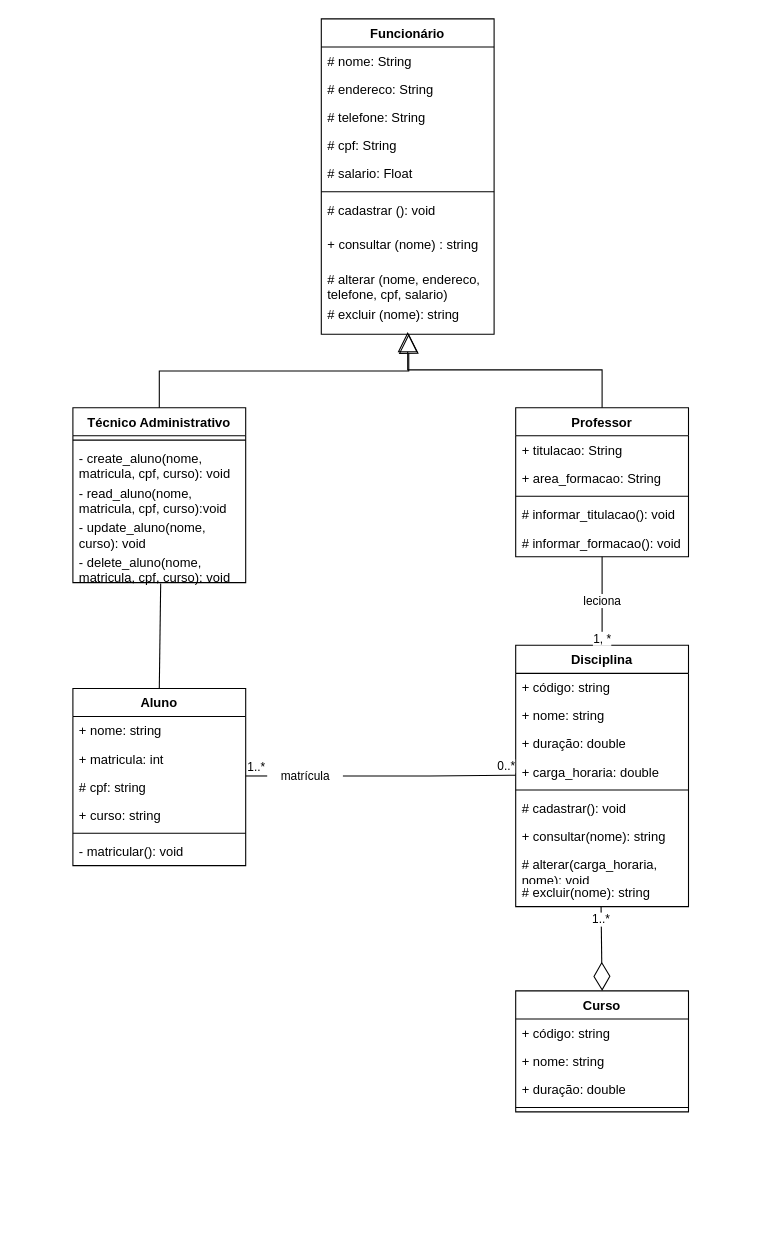
Earlier version of the draw.io diagram Modelagem de classes/EQ3-UML-Gestao_academica.drawio (Karolayne-silva/atv-sistemaDeGestaoAcademica). Source tidied: cells renumbered, new cells numbered last; positions are measured from the earlier drawing's top-left corner, leaving out a move shared by most shapes. Both pictures are drawn from the tidied source at 108%, with x=0, y=0 at pixel (72, 18).
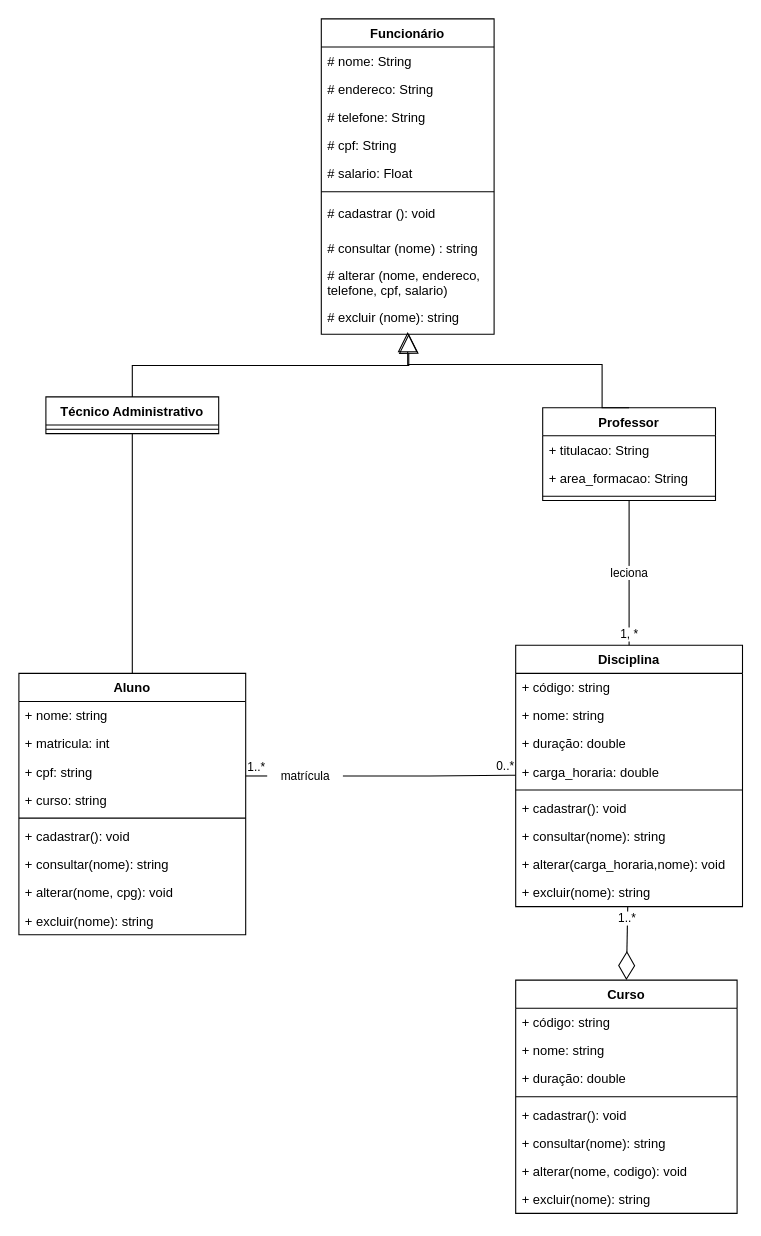
After the change.

Commit message (it also covers changes not shown here):
ajustando os acessos do diagrama

The change refers to these unchanged cells:
```xml
<mxCell id="2" value="Funcionário&#10;" style="swimlane;fontStyle=1;align=center;verticalAlign=top;horizontal=1;startSize=26;" parent="1" vertex="1">
  <mxGeometry x="230" width="160" height="292" as="geometry" />
</mxCell>
```

The edit, as a diff of the source:
```diff
@@
-    <mxCell id="9" value="# cadastrar (): void" style="text;strokeColor=none;fillColor=none;align=left;verticalAlign=top;spacingLeft=4;spacingRight=4;overflow=hidden;" parent="2" vertex="1">
+    <mxCell id="9" value="# cadastrar (): void" style="text;strokeColor=none;fillColor=none;align=left;verticalAlign=middle;spacingLeft=4;spacingRight=4;overflow=hidden;" parent="2" vertex="1">
       <mxGeometry y="164" width="160" height="32" as="geometry" />
     </mxCell>
-    <mxCell id="10" value="+ consultar (nome) : string" style="text;strokeColor=none;fillColor=none;align=left;verticalAlign=top;spacingLeft=4;spacingRight=4;overflow=hidden;" parent="2" vertex="1">
+    <mxCell id="10" value="# consultar (nome) : string" style="text;strokeColor=none;fillColor=none;align=left;verticalAlign=middle;spacingLeft=4;spacingRight=4;overflow=hidden;" parent="2" vertex="1">
       <mxGeometry y="196" width="160" height="32" as="geometry" />
     </mxCell>
-    <mxCell id="11" value="# alterar (nome, endereco, &#10;telefone, cpf, salario)" style="text;strokeColor=none;fillColor=none;align=left;verticalAlign=top;spacingLeft=4;spacingRight=4;overflow=hidden;" parent="2" vertex="1">
+    <mxCell id="11" value="# alterar (nome, endereco, &#10;telefone, cpf, salario)" style="text;strokeColor=none;fillColor=none;align=left;verticalAlign=middle;spacingLeft=4;spacingRight=4;overflow=hidden;" parent="2" vertex="1">
       <mxGeometry y="228" width="160" height="32" as="geometry" />
     </mxCell>
-    <mxCell id="12" value="# excluir (nome): string" style="text;strokeColor=none;fillColor=none;align=left;verticalAlign=top;spacingLeft=4;spacingRight=4;overflow=hidden;points=[[0,0.5],[1,0.5]];portConstraint=eastwest;" parent="2" vertex="1">
+    <mxCell id="12" value="# excluir (nome): string" style="text;strokeColor=none;fillColor=none;align=left;verticalAlign=middle;spacingLeft=4;spacingRight=4;overflow=hidden;points=[[0,0.5],[1,0.5]];portConstraint=eastwest;" parent="2" vertex="1">
       <mxGeometry y="260" width="160" height="32" as="geometry" />
     </mxCell>
     <mxCell id="13" value="Curso" style="swimlane;fontStyle=1;align=center;verticalAlign=top;horizontal=1;startSize=26;" parent="1" vertex="1">
-      <mxGeometry x="410" y="900" width="160" height="112" as="geometry" />
+      <mxGeometry x="410" y="890" width="205" height="216" as="geometry" />
     </mxCell>
     <mxCell id="14" value="+ código: string" style="text;strokeColor=none;fillColor=none;align=left;verticalAlign=top;spacingLeft=4;spacingRight=4;overflow=hidden;" parent="13" vertex="1">
-      <mxGeometry y="26" width="160" height="26" as="geometry" />
+      <mxGeometry y="26" width="205" height="26" as="geometry" />
     </mxCell>
     <mxCell id="15" value="+ nome: string" style="text;strokeColor=none;fillColor=none;align=left;verticalAlign=top;spacingLeft=4;spacingRight=4;overflow=hidden;" parent="13" vertex="1">
-      <mxGeometry y="52" width="160" height="26" as="geometry" />
+      <mxGeometry y="52" width="205" height="26" as="geometry" />
     </mxCell>
     <mxCell id="16" value="+ duração: double" style="text;strokeColor=none;fillColor=none;align=left;verticalAlign=top;spacingLeft=4;spacingRight=4;overflow=hidden;" parent="13" vertex="1">
-      <mxGeometry y="78" width="160" height="26" as="geometry" />
+      <mxGeometry y="78" width="205" height="26" as="geometry" />
     </mxCell>
     <mxCell id="17" style="line;strokeWidth=1;fillColor=none;align=left;verticalAlign=middle;spacingTop=-1;spacingLeft=3;spacingRight=3;labelPosition=right;strokeColor=inherit;" parent="13" vertex="1">
-      <mxGeometry y="104" width="160" height="8" as="geometry" />
+      <mxGeometry y="104" width="205" height="8" as="geometry" />
     </mxCell>
+    <mxCell id="24" value="+ cadastrar(): void" style="text;strokeColor=none;fillColor=none;align=left;verticalAlign=top;spacingLeft=4;spacingRight=4;overflow=hidden;" parent="13" vertex="1">
+      <mxGeometry y="112" width="205" height="26" as="geometry" />
+    </mxCell>
+    <mxCell id="59" value="+ consultar(nome): string" style="text;strokeColor=none;fillColor=none;align=left;verticalAlign=top;spacingLeft=4;spacingRight=4;overflow=hidden;" parent="13" vertex="1">
+      <mxGeometry y="138" width="205" height="26" as="geometry" />
+    </mxCell>
+    <mxCell id="60" value="+ alterar(nome, codigo): void" style="text;strokeColor=none;fillColor=none;align=left;verticalAlign=middle;spacingLeft=4;spacingRight=4;overflow=hidden;" parent="13" vertex="1">
+      <mxGeometry y="164" width="205" height="26" as="geometry" />
+    </mxCell>
+    <mxCell id="61" value="+ excluir(nome): string" style="text;strokeColor=none;fillColor=none;align=left;verticalAlign=top;spacingLeft=4;spacingRight=4;overflow=hidden;" parent="13" vertex="1">
+      <mxGeometry y="190" width="205" height="26" as="geometry" />
+    </mxCell>
     <mxCell id="18" value="Disciplina" style="swimlane;fontStyle=1;align=center;verticalAlign=top;horizontal=1;startSize=26;" parent="1" vertex="1">
-      <mxGeometry x="410" y="580" width="160" height="242" as="geometry" />
+      <mxGeometry x="410" y="580" width="210" height="242" as="geometry" />
     </mxCell>
     <mxCell id="19" value="+ código: string" style="text;strokeColor=none;fillColor=none;align=left;verticalAlign=top;spacingLeft=4;spacingRight=4;overflow=hidden;" parent="18" vertex="1">
-      <mxGeometry y="26" width="160" height="26" as="geometry" />
+      <mxGeometry y="26" width="210" height="26" as="geometry" />
     </mxCell>
     <mxCell id="20" value="+ nome: string" style="text;strokeColor=none;fillColor=none;align=left;verticalAlign=top;spacingLeft=4;spacingRight=4;overflow=hidden;" parent="18" vertex="1">
-      <mxGeometry y="52" width="160" height="26" as="geometry" />
+      <mxGeometry y="52" width="210" height="26" as="geometry" />
     </mxCell>
     <mxCell id="21" value="+ duração: double" style="text;strokeColor=none;fillColor=none;align=left;verticalAlign=top;spacingLeft=4;spacingRight=4;overflow=hidden;" parent="18" vertex="1">
-      <mxGeometry y="78" width="160" height="26" as="geometry" />
+      <mxGeometry y="78" width="210" height="26" as="geometry" />
     </mxCell>
     <mxCell id="22" value="+ carga_horaria: double" style="text;strokeColor=none;fillColor=none;align=left;verticalAlign=top;spacingLeft=4;spacingRight=4;overflow=hidden;points=[[0,0.5],[1,0.5]];portConstraint=eastwest;" parent="18" vertex="1">
-      <mxGeometry y="104" width="160" height="26" as="geometry" />
+      <mxGeometry y="104" width="210" height="26" as="geometry" />
     </mxCell>
     <mxCell id="23" style="line;strokeWidth=1;fillColor=none;align=left;verticalAlign=middle;spacingTop=-1;spacingLeft=3;spacingRight=3;labelPosition=right;strokeColor=inherit;" parent="18" vertex="1">
-      <mxGeometry y="130" width="160" height="8" as="geometry" />
+      <mxGeometry y="130" width="210" height="8" as="geometry" />
     </mxCell>
-    <mxCell id="24" value="# cadastrar(): void" style="text;strokeColor=none;fillColor=none;align=left;verticalAlign=top;spacingLeft=4;spacingRight=4;overflow=hidden;" parent="18" vertex="1">
-      <mxGeometry y="138" width="160" height="26" as="geometry" />
-    </mxCell>
+    <mxCell id="62" value="+ cadastrar(): void" style="text;strokeColor=none;fillColor=none;align=left;verticalAlign=top;spacingLeft=4;spacingRight=4;overflow=hidden;" parent="18" vertex="1">
+      <mxGeometry y="138" width="210" height="26" as="geometry" />
+    </mxCell>
     <mxCell id="25" value="+ consultar(nome): string" style="text;strokeColor=none;fillColor=none;align=left;verticalAlign=top;spacingLeft=4;spacingRight=4;overflow=hidden;" parent="18" vertex="1">
-      <mxGeometry y="164" width="160" height="26" as="geometry" />
+      <mxGeometry y="164" width="210" height="26" as="geometry" />
     </mxCell>
-    <mxCell id="26" value="# alterar(carga_horaria, &#10;nome): void" style="text;strokeColor=none;fillColor=none;align=left;verticalAlign=top;spacingLeft=4;spacingRight=4;overflow=hidden;" parent="18" vertex="1">
-      <mxGeometry y="190" width="160" height="26" as="geometry" />
+    <mxCell id="26" value="+ alterar(carga_horaria,nome): void" style="text;strokeColor=none;fillColor=none;align=left;verticalAlign=middle;spacingLeft=4;spacingRight=4;overflow=hidden;" parent="18" vertex="1">
+      <mxGeometry y="190" width="210" height="26" as="geometry" />
     </mxCell>
-    <mxCell id="27" value="# excluir(nome): string" style="text;strokeColor=none;fillColor=none;align=left;verticalAlign=top;spacingLeft=4;spacingRight=4;overflow=hidden;points=[[0,0.5],[1,0.5]];portConstraint=eastwest;" parent="18" vertex="1">
-      <mxGeometry y="216" width="160" height="26" as="geometry" />
+    <mxCell id="27" value="+ excluir(nome): string" style="text;strokeColor=none;fillColor=none;align=left;verticalAlign=top;spacingLeft=4;spacingRight=4;overflow=hidden;points=[[0,0.5],[1,0.5]];portConstraint=eastwest;" parent="18" vertex="1">
+      <mxGeometry y="216" width="210" height="26" as="geometry" />
     </mxCell>
@@
     <mxCell id="30" value="Professor&#10;" style="swimlane;fontStyle=1;align=center;verticalAlign=top;horizontal=1;startSize=26;" parent="1" vertex="1">
-      <mxGeometry x="410" y="360" width="160" height="138" as="geometry" />
+      <mxGeometry x="435" y="360" width="160" height="86" as="geometry" />
     </mxCell>
@@
-    <mxCell id="34" value="# informar_titulacao(): void" style="text;strokeColor=none;fillColor=none;align=left;verticalAlign=top;spacingLeft=4;spacingRight=4;overflow=hidden;" parent="30" vertex="1">
-      <mxGeometry y="86" width="160" height="26" as="geometry" />
-    </mxCell>
-    <mxCell id="35" value="# informar_formacao(): void" style="text;strokeColor=none;fillColor=none;align=left;verticalAlign=top;spacingLeft=4;spacingRight=4;overflow=hidden;" parent="30" vertex="1">
-      <mxGeometry y="112" width="160" height="26" as="geometry" />
-    </mxCell>
     <mxCell id="36" value="Técnico Administrativo" style="swimlane;fontStyle=1;align=center;verticalAlign=top;horizontal=1;startSize=26;" parent="1" vertex="1">
-      <mxGeometry y="360" width="160" height="162" as="geometry" />
+      <mxGeometry x="-25" y="350" width="160" height="34" as="geometry" />
     </mxCell>
@@
-    <mxCell id="38" value="- create_aluno(nome, &#10;matricula, cpf, curso): void" style="text;strokeColor=none;fillColor=none;align=left;verticalAlign=top;spacingLeft=4;spacingRight=4;overflow=hidden;" parent="36" vertex="1">
-      <mxGeometry y="34" width="160" height="32" as="geometry" />
-    </mxCell>
-    <mxCell id="39" value="- read_aluno(nome, &#10;matricula, cpf, curso):void" style="text;strokeColor=none;fillColor=none;align=left;verticalAlign=top;spacingLeft=4;spacingRight=4;overflow=hidden;" parent="36" vertex="1">
-      <mxGeometry y="66" width="160" height="32" as="geometry" />
-    </mxCell>
-    <mxCell id="40" value="- update_aluno(nome, &#10;curso): void" style="text;strokeColor=none;fillColor=none;align=left;verticalAlign=top;spacingLeft=4;spacingRight=4;overflow=hidden;" parent="36" vertex="1">
-      <mxGeometry y="98" width="160" height="32" as="geometry" />
-    </mxCell>
-    <mxCell id="41" value="- delete_aluno(nome, &#10;matricula, cpf, curso): void" style="text;strokeColor=none;fillColor=none;align=left;verticalAlign=top;spacingLeft=4;spacingRight=4;overflow=hidden;points=[[0,0.5],[1,0.5]];portConstraint=eastwest;" parent="36" vertex="1">
-      <mxGeometry y="130" width="160" height="32" as="geometry" />
-    </mxCell>
     <mxCell id="42" value="Aluno" style="swimlane;fontStyle=1;align=center;verticalAlign=top;horizontal=1;startSize=26;" parent="1" vertex="1">
-      <mxGeometry y="620" width="160" height="164" as="geometry" />
+      <mxGeometry x="-50" y="606" width="210" height="242" as="geometry" />
     </mxCell>
     <mxCell id="43" value="+ nome: string" style="text;strokeColor=none;fillColor=none;align=left;verticalAlign=top;spacingLeft=4;spacingRight=4;overflow=hidden;" parent="42" vertex="1">
-      <mxGeometry y="26" width="160" height="26" as="geometry" />
+      <mxGeometry y="26" width="210" height="26" as="geometry" />
     </mxCell>
     <mxCell id="44" value="+ matricula: int " style="text;strokeColor=none;fillColor=none;align=left;verticalAlign=top;spacingLeft=4;spacingRight=4;overflow=hidden;" parent="42" vertex="1">
-      <mxGeometry y="52" width="160" height="26" as="geometry" />
+      <mxGeometry y="52" width="210" height="26" as="geometry" />
     </mxCell>
-    <mxCell id="45" value="# cpf: string" style="text;strokeColor=none;fillColor=none;align=left;verticalAlign=top;spacingLeft=4;spacingRight=4;overflow=hidden;" parent="42" vertex="1">
-      <mxGeometry y="78" width="160" height="26" as="geometry" />
+    <mxCell id="45" value="+ cpf: string" style="text;strokeColor=none;fillColor=none;align=left;verticalAlign=top;spacingLeft=4;spacingRight=4;overflow=hidden;" parent="42" vertex="1">
+      <mxGeometry y="78" width="210" height="26" as="geometry" />
     </mxCell>
     <mxCell id="46" value="+ curso: string" style="text;strokeColor=none;fillColor=none;align=left;verticalAlign=top;spacingLeft=4;spacingRight=4;overflow=hidden;" parent="42" vertex="1">
-      <mxGeometry y="104" width="160" height="26" as="geometry" />
+      <mxGeometry y="104" width="210" height="26" as="geometry" />
     </mxCell>
     <mxCell id="47" style="line;strokeWidth=1;fillColor=none;align=left;verticalAlign=middle;spacingTop=-1;spacingLeft=3;spacingRight=3;labelPosition=right;strokeColor=inherit;" parent="42" vertex="1">
-      <mxGeometry y="130" width="160" height="8" as="geometry" />
+      <mxGeometry y="130" width="210" height="8" as="geometry" />
     </mxCell>
-    <mxCell id="48" value="- matricular(): void" style="text;strokeColor=none;fillColor=none;align=left;verticalAlign=top;spacingLeft=4;spacingRight=4;overflow=hidden;" parent="42" vertex="1">
-      <mxGeometry y="138" width="160" height="26" as="geometry" />
-    </mxCell>
+    <mxCell id="63" value="+ cadastrar(): void" style="text;strokeColor=none;fillColor=none;align=left;verticalAlign=top;spacingLeft=4;spacingRight=4;overflow=hidden;" parent="42" vertex="1">
+      <mxGeometry y="138" width="210" height="26" as="geometry" />
+    </mxCell>
+    <mxCell id="64" value="+ consultar(nome): string" style="text;strokeColor=none;fillColor=none;align=left;verticalAlign=top;spacingLeft=4;spacingRight=4;overflow=hidden;" parent="42" vertex="1">
+      <mxGeometry y="164" width="210" height="26" as="geometry" />
+    </mxCell>
+    <mxCell id="65" value="+ alterar(nome, cpg): void" style="text;strokeColor=none;fillColor=none;align=left;verticalAlign=middle;spacingLeft=4;spacingRight=4;overflow=hidden;" parent="42" vertex="1">
+      <mxGeometry y="190" width="210" height="26" as="geometry" />
+    </mxCell>
+    <mxCell id="66" value="+ excluir(nome): string" style="text;strokeColor=none;fillColor=none;align=left;verticalAlign=top;spacingLeft=4;spacingRight=4;overflow=hidden;" parent="42" vertex="1">
+      <mxGeometry y="216" width="210" height="26" as="geometry" />
+    </mxCell>
@@
     <mxCell id="50" style="endArrow=block;endSize=16;endFill=0;html=1;rounded=0;exitX=0.5;exitY=0;exitDx=0;exitDy=0;edgeStyle=orthogonalEdgeStyle;" parent="1" edge="1" source="30">
       <mxGeometry relative="1" as="geometry">
         <mxPoint x="310" y="290" as="targetPoint" />
         <Array as="points">
-          <mxPoint x="490" y="325" />
-          <mxPoint x="310" y="325" />
+          <mxPoint x="490" y="360" />
+          <mxPoint x="490" y="320" />
+          <mxPoint x="310" y="320" />
         </Array>
       </mxGeometry>
     </mxCell>
@@
-    <mxCell id="58" style="endArrow=none;html=1;rounded=0;fontSize=11;exitX=0.508;exitY=1.026;exitDx=0;exitDy=0;exitPerimeter=0;entryX=0.5;entryY=0;entryDx=0;entryDy=0;" parent="1" edge="1" source="41" target="42">
+    <mxCell id="58" style="endArrow=none;html=1;rounded=0;fontSize=11;exitX=0.5;exitY=1;exitDx=0;exitDy=0;entryX=0.5;entryY=0;entryDx=0;entryDy=0;" parent="1" edge="1" source="36" target="42">
       <mxGeometry relative="1" as="geometry" />
     </mxCell>
```
